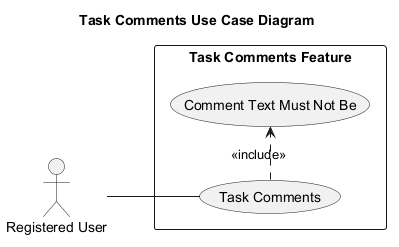
Above: services/agentic_service/outputs/taskflow/feature-task-comments/03_architecture/task_comments_usecase_v1.png in Dulneth210229/Auto-Forge-MAS (PlantUML), before the change.
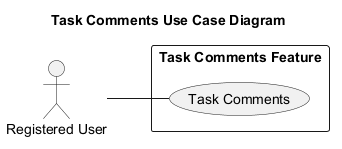
Later version of the same file.

Diff of the diagram source:
```diff
@@ -9,10 +9,8 @@
 
 rectangle "Task Comments Feature" {
   usecase "Task Comments" as UC_001
-  usecase "Comment Text Must Not Be" as UC_002
 }
 
 ACT_001 -- UC_001
-UC_001 .> UC_002 : <<include>>
 
 @enduml
```
